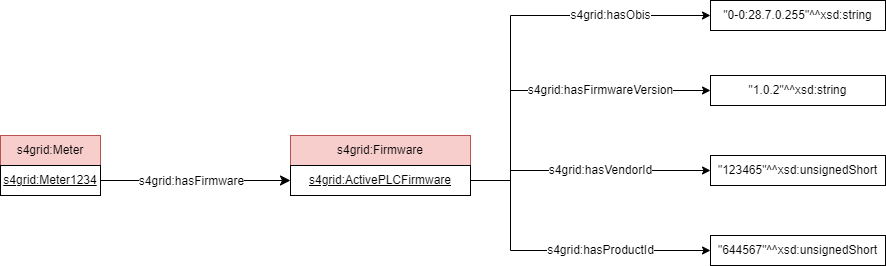
Before: documentation/diagrams/SAREF4GRID_Example_firmware.png, a diagram exported from draw.io (Sergio-Carulli/saref4grid). Source tidied: cells renumbered, new cells last; positions are measured from the earlier drawing's top-left corner, leaving out a move shared by most shapes.
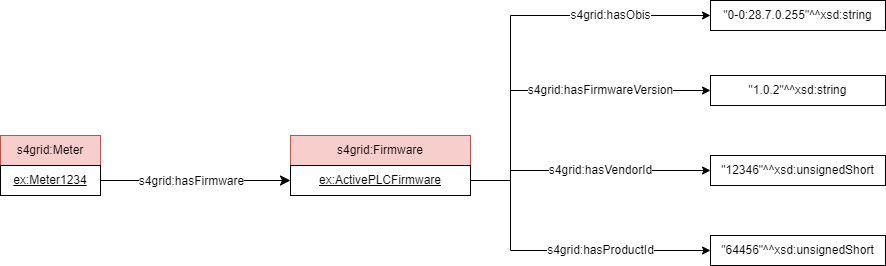
The same file after the commit.

What changed in the source:
```diff
@@ -5,13 +5,13 @@
     <mxCell id="2" value="s4grid:Meter" style="rounded=0;whiteSpace=wrap;html=1;fillColor=#f8cecc;strokeColor=#b85450;" parent="1" vertex="1">
       <mxGeometry y="135" width="100" height="30" as="geometry" />
     </mxCell>
-    <mxCell id="3" value="&lt;u&gt;s4grid:Meter1234&lt;/u&gt;" style="rounded=0;whiteSpace=wrap;html=1;snapToPoint=1;points=[[0.1,0],[0.2,0],[0.3,0],[0.4,0],[0.5,0],[0.6,0],[0.7,0],[0.8,0],[0.9,0],[0,0.1],[0,0.3],[0,0.5],[0,0.7],[0,0.9],[0.1,1],[0.2,1],[0.3,1],[0.4,1],[0.5,1],[0.6,1],[0.7,1],[0.8,1],[0.9,1],[1,0.1],[1,0.3],[1,0.5],[1,0.7],[1,0.9]];" parent="1" vertex="1">
+    <mxCell id="3" value="&lt;u&gt;ex:Meter1234&lt;/u&gt;" style="rounded=0;whiteSpace=wrap;html=1;snapToPoint=1;points=[[0.1,0],[0.2,0],[0.3,0],[0.4,0],[0.5,0],[0.6,0],[0.7,0],[0.8,0],[0.9,0],[0,0.1],[0,0.3],[0,0.5],[0,0.7],[0,0.9],[0.1,1],[0.2,1],[0.3,1],[0.4,1],[0.5,1],[0.6,1],[0.7,1],[0.8,1],[0.9,1],[1,0.1],[1,0.3],[1,0.5],[1,0.7],[1,0.9]];" parent="1" vertex="1">
       <mxGeometry y="165" width="100" height="30" as="geometry" />
     </mxCell>
     <mxCell id="4" value="s4grid:Firmware" style="rounded=0;whiteSpace=wrap;html=1;fillColor=#f8cecc;strokeColor=#b85450;" parent="1" vertex="1">
       <mxGeometry x="290" y="135" width="180" height="30" as="geometry" />
     </mxCell>
-    <mxCell id="5" value="&lt;u&gt;s4grid:ActivePLCFirmware&lt;/u&gt;" style="rounded=0;whiteSpace=wrap;html=1;snapToPoint=1;points=[[0.1,0],[0.2,0],[0.3,0],[0.4,0],[0.5,0],[0.6,0],[0.7,0],[0.8,0],[0.9,0],[0,0.1],[0,0.3],[0,0.5],[0,0.7],[0,0.9],[0.1,1],[0.2,1],[0.3,1],[0.4,1],[0.5,1],[0.6,1],[0.7,1],[0.8,1],[0.9,1],[1,0.1],[1,0.3],[1,0.5],[1,0.7],[1,0.9]];" parent="1" vertex="1">
+    <mxCell id="5" value="&lt;u&gt;ex:ActivePLCFirmware&lt;/u&gt;" style="rounded=0;whiteSpace=wrap;html=1;snapToPoint=1;points=[[0.1,0],[0.2,0],[0.3,0],[0.4,0],[0.5,0],[0.6,0],[0.7,0],[0.8,0],[0.9,0],[0,0.1],[0,0.3],[0,0.5],[0,0.7],[0,0.9],[0.1,1],[0.2,1],[0.3,1],[0.4,1],[0.5,1],[0.6,1],[0.7,1],[0.8,1],[0.9,1],[1,0.1],[1,0.3],[1,0.5],[1,0.7],[1,0.9]];" parent="1" vertex="1">
       <mxGeometry x="290" y="165" width="180" height="30" as="geometry" />
     </mxCell>
     <mxCell id="6" style="endArrow=classic;html=1;exitX=1;exitY=0.5;exitDx=0;exitDy=0;endSize=8;arcSize=0;rounded=0;entryX=0;entryY=0.5;entryDx=0;entryDy=0;" parent="1" edge="1" source="3" target="5">
@@ -44,7 +44,7 @@
         </Array>
       </mxGeometry>
     </mxCell>
-    <mxCell id="12" value="&quot;123465&quot;^^xsd:unsignedShort" style="rounded=0;whiteSpace=wrap;html=1;snapToPoint=1;align=center;" parent="1" vertex="1">
+    <mxCell id="12" value="&quot;12346&quot;^^xsd:unsignedShort" style="rounded=0;whiteSpace=wrap;html=1;snapToPoint=1;align=center;" parent="1" vertex="1">
       <mxGeometry x="710" y="155" width="175" height="30" as="geometry" />
     </mxCell>
     <mxCell id="13" value="s4grid:hasVendorId" style="rounded=0;jettySize=auto;html=1;exitX=1;exitY=0.5;exitDx=0;exitDy=0;fontSize=12;entryX=0;entryY=0.5;entryDx=0;entryDy=0;edgeStyle=orthogonalEdgeStyle;" parent="1" edge="1" source="5" target="12">
@@ -55,7 +55,7 @@
         </Array>
       </mxGeometry>
     </mxCell>
-    <mxCell id="14" value="&quot;644567&quot;^^xsd:unsignedShort" style="rounded=0;whiteSpace=wrap;html=1;snapToPoint=1;align=center;" parent="1" vertex="1">
+    <mxCell id="14" value="&quot;64456&quot;^^xsd:unsignedShort" style="rounded=0;whiteSpace=wrap;html=1;snapToPoint=1;align=center;" parent="1" vertex="1">
       <mxGeometry x="710" y="235" width="175" height="30" as="geometry" />
     </mxCell>
     <mxCell id="15" value="s4grid:hasProductId" style="rounded=0;jettySize=auto;html=1;exitX=1;exitY=0.5;exitDx=0;exitDy=0;fontSize=12;entryX=0;entryY=0.5;entryDx=0;entryDy=0;edgeStyle=orthogonalEdgeStyle;" parent="1" edge="1" source="5" target="14">
```
